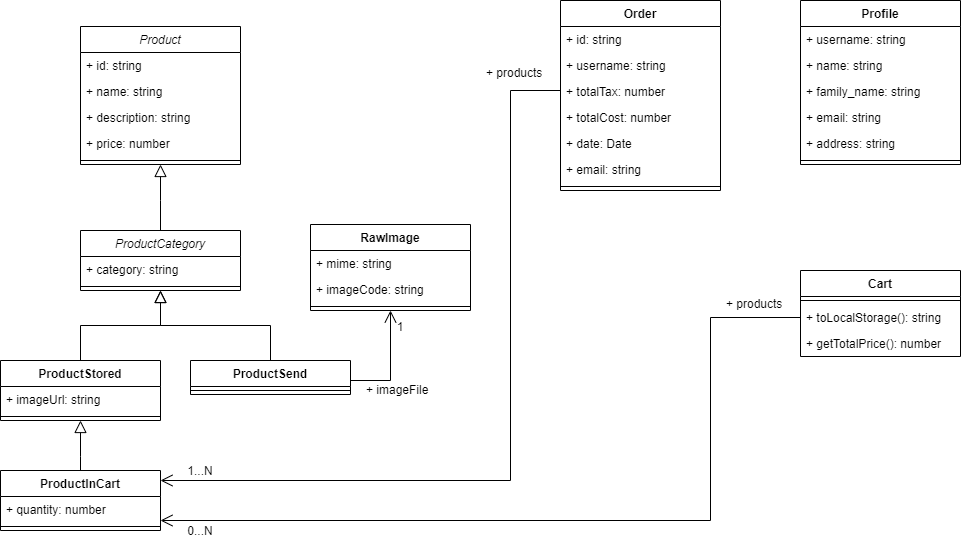
Omicron-Team/Documentazione keeps this draw.io diagram as DocumentazioneEsterna/AllegatoTecnico/res/Architettura/Frontend/img/class_frontend_types.png. Above is the earlier version. Source tidied: cells renumbered, new cells last; positions are measured from the earlier drawing's top-left corner, leaving out a move shared by most shapes.
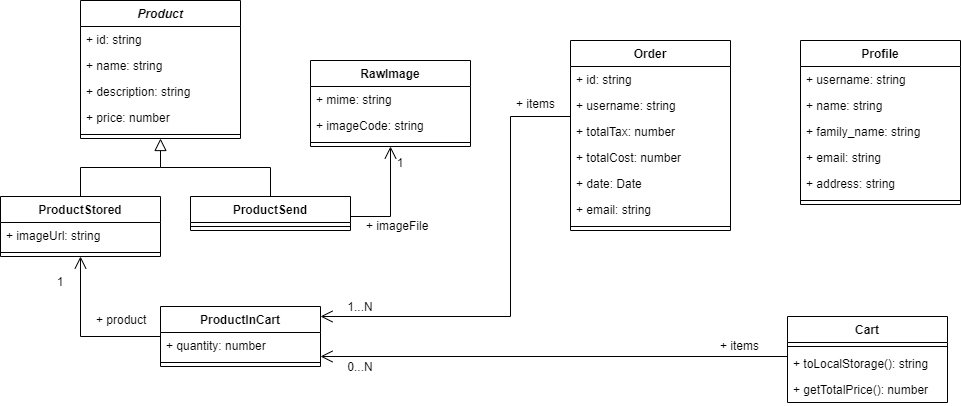
The same file after the commit.

Commit message:
frontend finito

The edit, as a diff of the source:
```diff
@@ -2,8 +2,16 @@
   <root>
     <mxCell id="0" />
     <mxCell id="1" parent="0" />
+    <mxCell id="55" style="edgeStyle=orthogonalEdgeStyle;rounded=0;jettySize=auto;html=1;startArrow=none;startFill=0;endArrow=none;endFill=0;fontFamily=Helvetica;fontSize=14;endSize=10;" parent="1" edge="1" source="20">
+      <mxGeometry relative="1" as="geometry">
+        <mxPoint x="160" y="331" as="targetPoint" />
+        <Array as="points">
+          <mxPoint x="270" y="331" />
+        </Array>
+      </mxGeometry>
+    </mxCell>
-    <mxCell id="2" value="Product" style="swimlane;fontStyle=2;align=center;verticalAlign=top;horizontal=1;startSize=26;rounded=0;shadow=0;strokeWidth=1;" parent="1" vertex="1">
-      <mxGeometry x="80" y="26" width="160" height="138" as="geometry" />
+    <mxCell id="2" value="Product" style="swimlane;fontStyle=3;align=center;verticalAlign=top;horizontal=1;startSize=26;rounded=0;shadow=0;strokeWidth=1;" parent="1" vertex="1">
+      <mxGeometry x="80" y="164" width="160" height="138" as="geometry" />
     </mxCell>
     <mxCell id="3" value="+ id: string" style="text;align=left;verticalAlign=top;spacingLeft=4;spacingRight=4;overflow=hidden;" parent="2" vertex="1">
       <mxGeometry y="26" width="160" height="26" as="geometry" />
@@ -20,24 +28,15 @@
     <mxCell id="7" style="line;strokeWidth=1;fillColor=none;align=left;verticalAlign=middle;spacingTop=-1;spacingLeft=3;spacingRight=3;labelPosition=right;" parent="2" vertex="1">
       <mxGeometry y="130" width="160" height="8" as="geometry" />
     </mxCell>
-    <mxCell id="8" value="ProductCategory" style="swimlane;fontStyle=2;align=center;verticalAlign=top;horizontal=1;startSize=26;rounded=0;shadow=0;strokeWidth=1;" parent="1" vertex="1">
-      <mxGeometry x="80" y="230" width="160" height="60" as="geometry" />
-    </mxCell>
-    <mxCell id="9" value="+ category: string" style="text;align=left;verticalAlign=top;spacingLeft=4;spacingRight=4;overflow=hidden;" parent="8" vertex="1">
-      <mxGeometry y="26" width="160" height="26" as="geometry" />
-    </mxCell>
-    <mxCell id="10" style="line;strokeWidth=1;fillColor=none;align=left;verticalAlign=middle;spacingTop=-1;spacingLeft=3;spacingRight=3;labelPosition=right;" parent="8" vertex="1">
-      <mxGeometry y="52" width="160" height="8" as="geometry" />
-    </mxCell>
-    <mxCell id="11" style="endArrow=block;endSize=10;endFill=0;shadow=0;strokeWidth=1;rounded=0;edgeStyle=elbowEdgeStyle;elbow=vertical;entryX=0.5;entryY=1;entryDx=0;entryDy=0;exitX=0.5;exitY=0;exitDx=0;exitDy=0;" parent="1" edge="1" source="8" target="2">
-      <mxGeometry relative="1" as="geometry">
-        <Array as="points">
-          <mxPoint x="160" y="200" />
-        </Array>
-      </mxGeometry>
-    </mxCell>
+    <mxCell id="56" style="edgeStyle=orthogonalEdgeStyle;rounded=0;jettySize=auto;html=1;entryX=0.5;entryY=1;entryDx=0;entryDy=0;startArrow=none;startFill=0;endArrow=open;endFill=0;endSize=10;fontFamily=Helvetica;fontSize=14;" parent="1" edge="1" source="12" target="16">
+      <mxGeometry relative="1" as="geometry">
+        <Array as="points">
+          <mxPoint x="80" y="500" />
+        </Array>
+      </mxGeometry>
+    </mxCell>
     <mxCell id="12" value="ProductInCart" style="swimlane;fontStyle=1;align=center;verticalAlign=top;horizontal=1;startSize=26;rounded=0;shadow=0;strokeWidth=1;" parent="1" vertex="1">
-      <mxGeometry y="470" width="160" height="60" as="geometry" />
+      <mxGeometry x="160" y="470" width="160" height="60" as="geometry" />
     </mxCell>
     <mxCell id="13" value="+ quantity: number" style="text;align=left;verticalAlign=top;spacingLeft=4;spacingRight=4;overflow=hidden;points=[[0,0.5],[1,0.5]];portConstraint=eastwest;" parent="12" vertex="1">
       <mxGeometry y="26" width="160" height="26" as="geometry" />
@@ -45,9 +44,6 @@
     <mxCell id="14" style="line;strokeWidth=1;fillColor=none;align=left;verticalAlign=middle;spacingTop=-1;spacingLeft=3;spacingRight=3;labelPosition=right;" parent="12" vertex="1">
       <mxGeometry y="52" width="160" height="8" as="geometry" />
     </mxCell>
-    <mxCell id="15" style="edgeStyle=orthogonalEdgeStyle;rounded=0;jettySize=auto;html=1;entryX=0.5;entryY=1;entryDx=0;entryDy=0;endArrow=block;endFill=0;endSize=10;" parent="1" edge="1" source="16" target="8">
-      <mxGeometry relative="1" as="geometry" />
-    </mxCell>
     <mxCell id="16" value="ProductStored" style="swimlane;fontStyle=1;align=center;verticalAlign=top;horizontal=1;startSize=26;" parent="1" vertex="1">
       <mxGeometry y="360" width="160" height="60" as="geometry" />
     </mxCell>
@@ -57,9 +53,6 @@
     <mxCell id="18" style="line;strokeWidth=1;fillColor=none;align=left;verticalAlign=middle;spacingTop=-1;spacingLeft=3;spacingRight=3;labelPosition=right;" parent="16" vertex="1">
       <mxGeometry y="52" width="160" height="8" as="geometry" />
     </mxCell>
-    <mxCell id="19" style="edgeStyle=orthogonalEdgeStyle;rounded=0;jettySize=auto;html=1;endArrow=block;endFill=0;endSize=10;" parent="1" edge="1" source="20" target="8">
-      <mxGeometry relative="1" as="geometry" />
-    </mxCell>
     <mxCell id="20" value="ProductSend" style="swimlane;fontStyle=1;align=center;verticalAlign=top;horizontal=1;startSize=26;" parent="1" vertex="1">
       <mxGeometry x="190" y="360" width="160" height="34" as="geometry" />
     </mxCell>
@@ -86,7 +79,7 @@
       </mxGeometry>
     </mxCell>
     <mxCell id="27" value="Profile" style="swimlane;fontStyle=1;align=center;verticalAlign=top;horizontal=1;startSize=26;" parent="1" vertex="1">
-      <mxGeometry x="800" width="160" height="164" as="geometry" />
+      <mxGeometry x="800" y="204" width="160" height="164" as="geometry" />
     </mxCell>
     <mxCell id="28" value="+ username: string" style="text;strokeColor=none;fillColor=none;align=left;verticalAlign=top;spacingLeft=4;spacingRight=4;overflow=hidden;" parent="27" vertex="1">
       <mxGeometry y="26" width="160" height="26" as="geometry" />
@@ -107,7 +100,7 @@
       <mxGeometry y="156" width="160" height="8" as="geometry" />
     </mxCell>
     <mxCell id="34" value="Order" style="swimlane;fontStyle=1;align=center;verticalAlign=top;horizontal=1;startSize=26;" parent="1" vertex="1">
-      <mxGeometry x="560" width="160" height="190" as="geometry" />
+      <mxGeometry x="570" y="204" width="160" height="190" as="geometry" />
     </mxCell>
     <mxCell id="35" value="+ id: string" style="text;strokeColor=none;fillColor=none;align=left;verticalAlign=top;spacingLeft=4;spacingRight=4;overflow=hidden;" parent="34" vertex="1">
       <mxGeometry y="26" width="160" height="26" as="geometry" />
@@ -133,16 +126,16 @@
     <mxCell id="42" style="edgeStyle=orthogonalEdgeStyle;rounded=0;jettySize=auto;html=1;startArrow=none;startFill=0;endArrow=open;endFill=0;endSize=10;" parent="1" edge="1" source="34" target="12">
       <mxGeometry relative="1" as="geometry">
         <Array as="points">
-          <mxPoint x="510" y="90" />
+          <mxPoint x="510" y="280" />
           <mxPoint x="510" y="480" />
         </Array>
       </mxGeometry>
     </mxCell>
-    <mxCell id="43" value="+ products" style="text;strokeColor=none;fillColor=none;align=left;verticalAlign=top;spacingLeft=4;spacingRight=4;overflow=hidden;" parent="1" vertex="1">
-      <mxGeometry x="480" y="59" width="73" height="26" as="geometry" />
+    <mxCell id="43" value="+ items" style="text;strokeColor=none;fillColor=none;align=left;verticalAlign=top;spacingLeft=4;spacingRight=4;overflow=hidden;" parent="1" vertex="1">
+      <mxGeometry x="510" y="254" width="73" height="26" as="geometry" />
     </mxCell>
     <mxCell id="44" value="1...N" style="text;html=1;strokeColor=none;fillColor=none;align=center;verticalAlign=middle;whiteSpace=wrap;rounded=0;" parent="1" vertex="1">
-      <mxGeometry x="180" y="460" width="40" height="20" as="geometry" />
+      <mxGeometry x="340" y="460" width="40" height="20" as="geometry" />
     </mxCell>
     <mxCell id="45" value="+ imageFile" style="text;strokeColor=none;fillColor=none;align=left;verticalAlign=top;spacingLeft=4;spacingRight=4;overflow=hidden;" parent="1" vertex="1">
       <mxGeometry x="360" y="376" width="73" height="26" as="geometry" />
@@ -150,13 +143,12 @@
     <mxCell id="46" style="edgeStyle=orthogonalEdgeStyle;rounded=0;jettySize=auto;html=1;entryX=1;entryY=0.923;entryDx=0;entryDy=0;entryPerimeter=0;startArrow=none;startFill=0;startSize=11;endArrow=open;endFill=0;endSize=10;exitX=0;exitY=0.5;exitDx=0;exitDy=0;" parent="1" edge="1" source="49" target="13">
       <mxGeometry relative="1" as="geometry">
         <Array as="points">
-          <mxPoint x="710" y="317" />
-          <mxPoint x="710" y="520" />
+          <mxPoint x="787" y="520" />
         </Array>
       </mxGeometry>
     </mxCell>
     <mxCell id="47" value="Cart" style="swimlane;fontStyle=1;align=center;verticalAlign=top;horizontal=1;startSize=26;" parent="1" vertex="1">
-      <mxGeometry x="800" y="270" width="160" height="86" as="geometry" />
+      <mxGeometry x="787" y="480" width="160" height="86" as="geometry" />
     </mxCell>
     <mxCell id="48" style="line;strokeWidth=1;fillColor=none;align=left;verticalAlign=middle;spacingTop=-1;spacingLeft=3;spacingRight=3;labelPosition=right;" parent="47" vertex="1">
       <mxGeometry y="26" width="160" height="8" as="geometry" />
@@ -168,22 +160,22 @@
       <mxGeometry y="60" width="160" height="26" as="geometry" />
     </mxCell>
     <mxCell id="51" value="0...N" style="text;html=1;strokeColor=none;fillColor=none;align=center;verticalAlign=middle;whiteSpace=wrap;rounded=0;" parent="1" vertex="1">
-      <mxGeometry x="180" y="520" width="40" height="20" as="geometry" />
+      <mxGeometry x="340" y="520" width="40" height="20" as="geometry" />
     </mxCell>
-    <mxCell id="52" value="+ products" style="text;strokeColor=none;fillColor=none;align=left;verticalAlign=top;spacingLeft=4;spacingRight=4;overflow=hidden;" parent="1" vertex="1">
-      <mxGeometry x="720" y="290" width="73" height="26" as="geometry" />
+    <mxCell id="52" value="+ items" style="text;strokeColor=none;fillColor=none;align=left;verticalAlign=top;spacingLeft=4;spacingRight=4;overflow=hidden;" parent="1" vertex="1">
+      <mxGeometry x="714" y="496" width="73" height="30" as="geometry" />
     </mxCell>
     <mxCell id="53" value="1" style="text;html=1;strokeColor=none;fillColor=none;align=center;verticalAlign=middle;whiteSpace=wrap;rounded=0;" parent="1" vertex="1">
       <mxGeometry x="380" y="316" width="40" height="20" as="geometry" />
     </mxCell>
-    <mxCell id="54" style="endArrow=block;endSize=10;endFill=0;shadow=0;strokeWidth=1;rounded=0;edgeStyle=elbowEdgeStyle;elbow=vertical;entryX=0.5;entryY=1;entryDx=0;entryDy=0;" parent="1" edge="1">
-      <mxGeometry relative="1" as="geometry">
-        <mxPoint x="80" y="470" as="sourcePoint" />
-        <mxPoint x="80" y="420" as="targetPoint" />
-        <Array as="points">
-          <mxPoint x="80" y="456" />
-        </Array>
-      </mxGeometry>
-    </mxCell>
+    <mxCell id="57" style="edgeStyle=orthogonalEdgeStyle;rounded=0;jettySize=auto;html=1;entryX=0.5;entryY=1;entryDx=0;entryDy=0;startArrow=none;startFill=0;endArrow=block;endFill=0;fontFamily=Helvetica;fontSize=14;endSize=10;" parent="1" edge="1" source="16" target="2">
+      <mxGeometry relative="1" as="geometry" />
+    </mxCell>
+    <mxCell id="58" value="1" style="text;html=1;strokeColor=none;fillColor=none;align=center;verticalAlign=middle;whiteSpace=wrap;rounded=0;" parent="1" vertex="1">
+      <mxGeometry x="40" y="435" width="40" height="20" as="geometry" />
+    </mxCell>
+    <mxCell id="59" value="+ product" style="text;strokeColor=none;fillColor=none;align=left;verticalAlign=top;spacingLeft=4;spacingRight=4;overflow=hidden;" parent="1" vertex="1">
+      <mxGeometry x="90" y="470" width="73" height="26" as="geometry" />
+    </mxCell>
   </root>
 </mxGraphModel>
```
